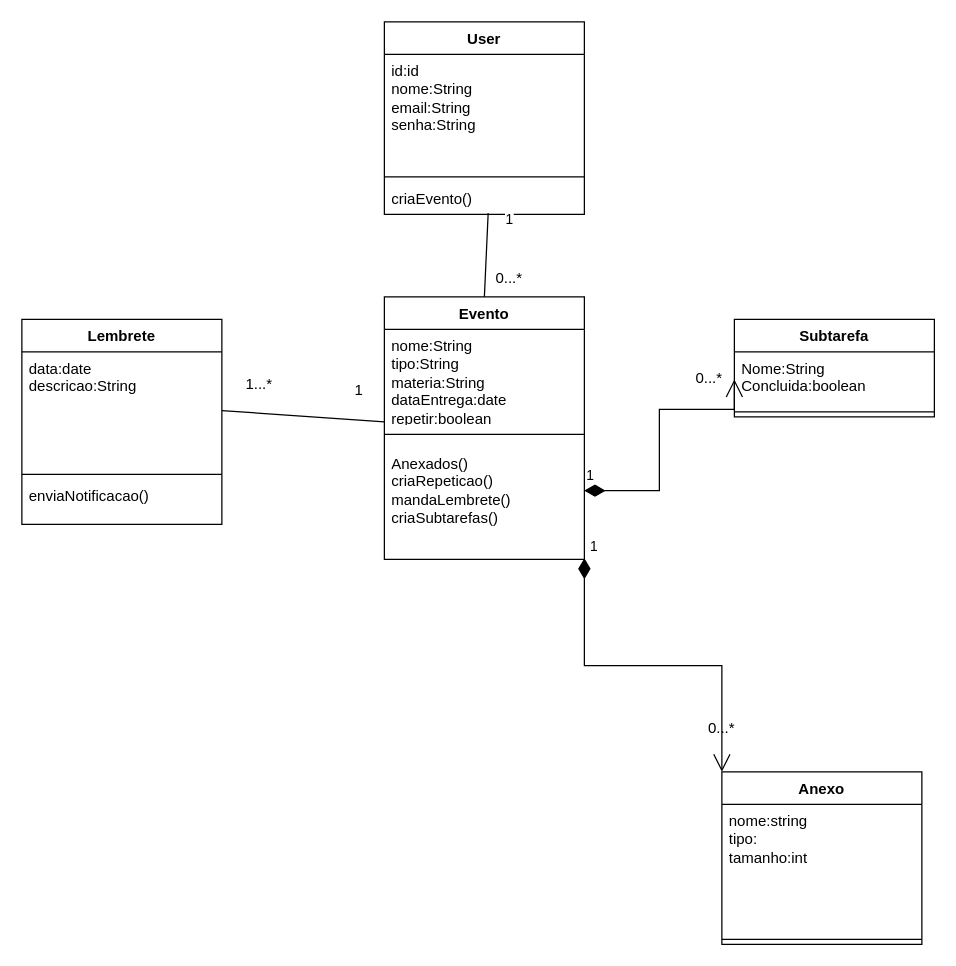
This is Diagrama_Calendario(certo).drawio from MateusGa/Projeto_la_sla, a draw.io file, before an edit. Source tidied: cells renumbered, new cells numbered last; positions are measured from the earlier drawing's top-left corner, leaving out a move shared by most shapes. Both pictures are drawn from the tidied source at 125%, with x=0, y=0 at pixel (21, 21).
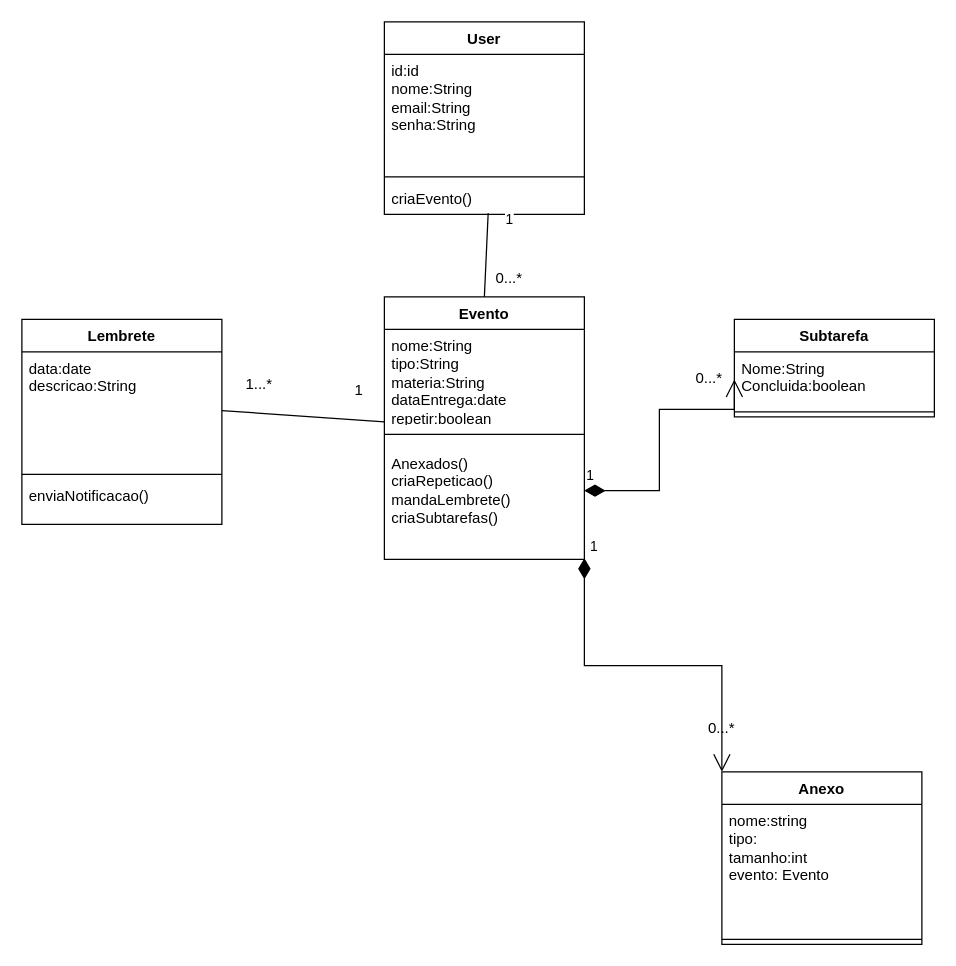
After the change.

Unchanged cells that the change refers to:
```xml
<mxCell id="6" value="Anexo" style="swimlane;fontStyle=1;align=center;verticalAlign=top;horizontal=1;startSize=26;whiteSpace=wrap;html=1;" parent="1" vertex="1">
  <mxGeometry x="560" y="600" width="160" height="138" as="geometry" />
</mxCell>
```

What changed in the source:
```diff
@@
-    <mxCell id="7" value="nome:string&lt;div&gt;tipo:&lt;/div&gt;&lt;div&gt;tamanho:int&lt;/div&gt;" style="text;strokeColor=none;fillColor=none;align=left;verticalAlign=top;spacingLeft=4;spacingRight=4;overflow=hidden;whiteSpace=wrap;html=1;" parent="6" vertex="1">
+    <mxCell id="7" value="nome:string&lt;div&gt;tipo:&lt;/div&gt;&lt;div&gt;tamanho:int&lt;/div&gt;&lt;div&gt;evento: Evento&lt;/div&gt;" style="text;strokeColor=none;fillColor=none;align=left;verticalAlign=top;spacingLeft=4;spacingRight=4;overflow=hidden;whiteSpace=wrap;html=1;" parent="6" vertex="1">
       <mxGeometry y="26" width="160" height="104" as="geometry" />
     </mxCell>
```
